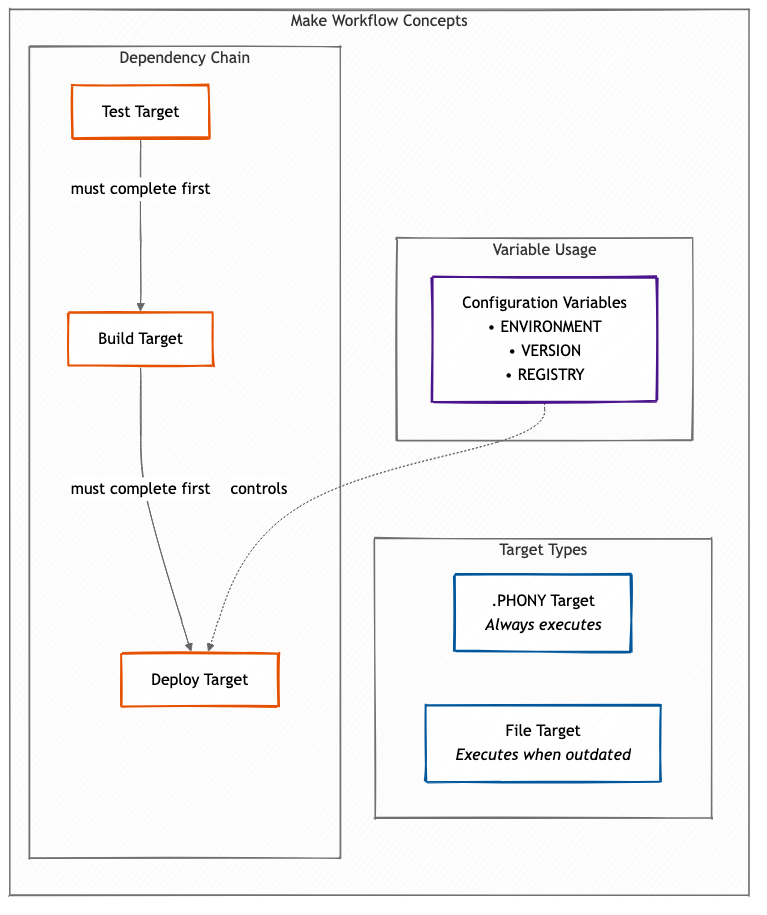
Earlier version of the Mermaid export images/chapter3.png (InfraLore/make_for_devops). Its source is kept beside it as images/chapter3.mmd.
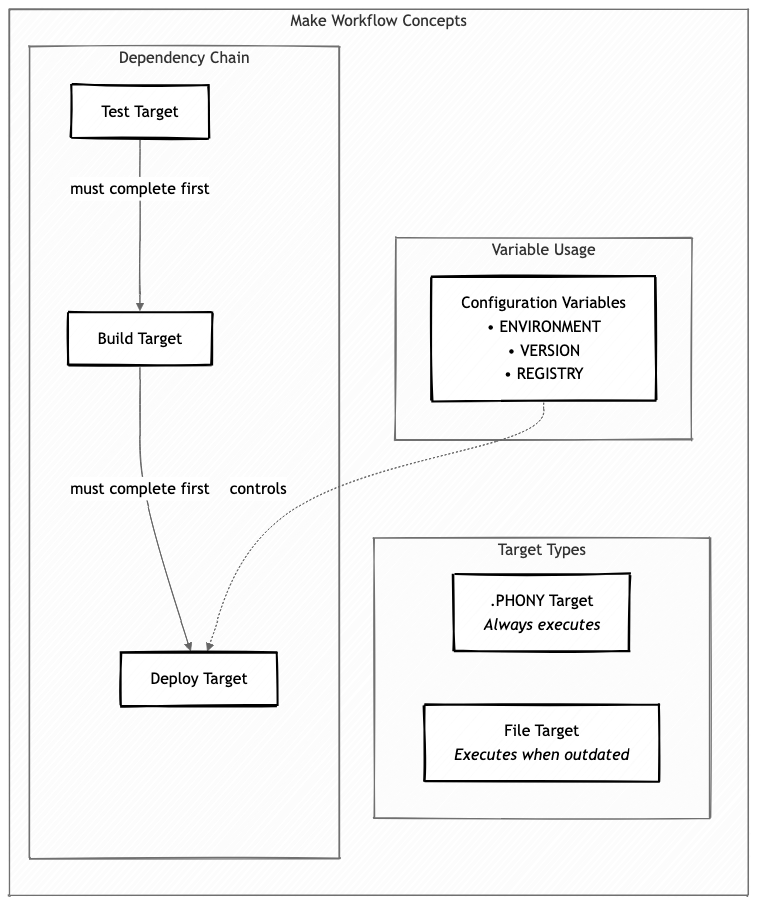
Later version of the same file.

Diff of the diagram source:
```diff
@@ -4,9 +4,9 @@
   theme: neutral
 ---
 flowchart TD
-    classDef target fill:#fff,stroke:#01579b,stroke-width:2px,color:#000
-    classDef prereq fill:#fff,stroke:#e65100,stroke-width:2px,color:#000
-    classDef var fill:#fff,stroke:#4a148c,stroke-width:2px,color:#000
+    classDef target fill:#fff,stroke:#000,stroke-width:2px,color:#000
+    classDef prereq fill:#fff,stroke:#000,stroke-width:2px,color:#000
+    classDef var fill:#fff,stroke:#000,stroke-width:2px,color:#000
 
     subgraph "Make Workflow Concepts"
         direction TB
```
